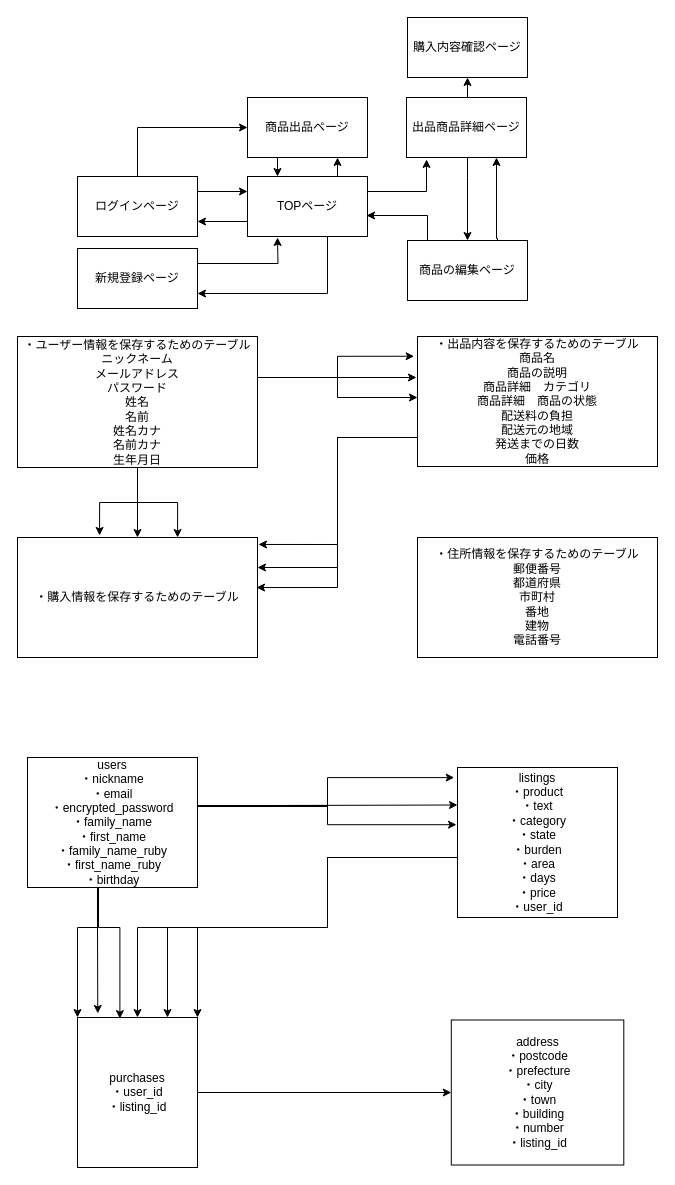
Earlier version of the draw.io diagram furima.dio (mizuki1305/furima-29614). Source tidied: cells renumbered, new cells numbered last; positions are measured from the earlier drawing's top-left corner, leaving out a move shared by most shapes. Both pictures are drawn from the tidied source at 100%, with x=0, y=0 at pixel (17, 17).
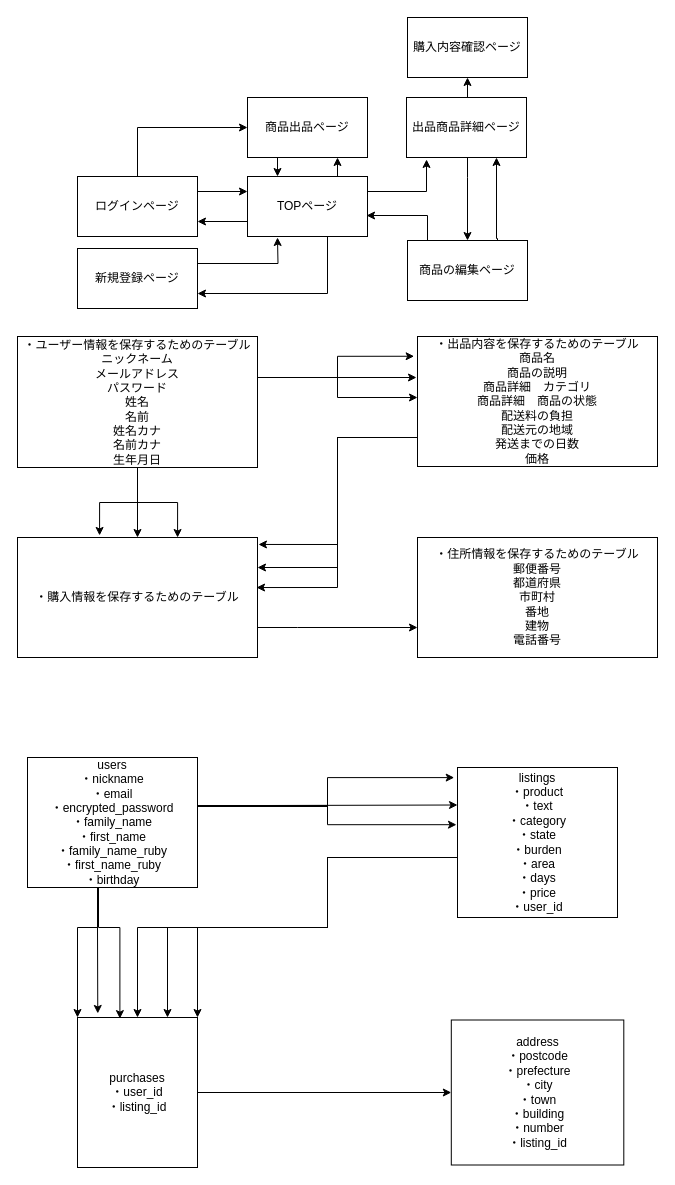
The same diagram, later.

Commit message (it also covers changes not shown here):
テーブル設計（修正4）

The change refers to these unchanged cells:
```xml
<mxCell id="32" value="・購入情報を保存するためのテーブル" style="whiteSpace=wrap;html=1;" parent="1" vertex="1">
  <mxGeometry y="520" width="240" height="120" as="geometry" />
</mxCell>
<mxCell id="47" value="・住所情報を保存するためのテーブル&lt;br&gt;郵便番号&lt;br&gt;都道府県&lt;br&gt;市町村&lt;br&gt;番地&lt;br&gt;建物&lt;br&gt;電話番号" style="whiteSpace=wrap;html=1;" parent="1" vertex="1">
  <mxGeometry x="400" y="520" width="240" height="120" as="geometry" />
</mxCell>
```

What changed in the source:
```diff
@@
+    <mxCell id="48" style="edgeStyle=orthogonalEdgeStyle;rounded=0;jettySize=auto;html=1;entryX=0;entryY=0.75;entryDx=0;entryDy=0;" parent="1" edge="1" source="32" target="47">
+      <mxGeometry relative="1" as="geometry">
+        <Array as="points">
+          <mxPoint x="280" y="610" />
+          <mxPoint x="280" y="610" />
+        </Array>
+      </mxGeometry>
+    </mxCell>
```
